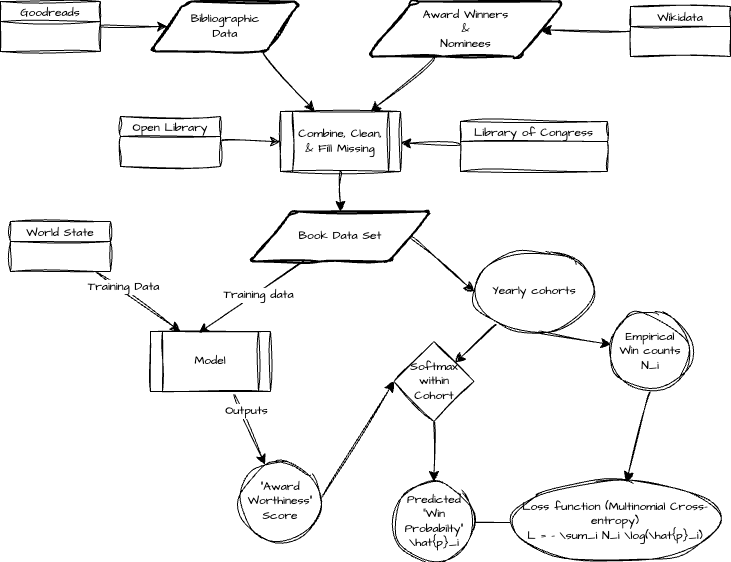
The draw.io diagram DataFlow.png in raineszm/sff-predict, before a commit. Source tidied: cells renumbered, new cells last; positions are measured from the earlier drawing's top-left corner, leaving out a move shared by most shapes.
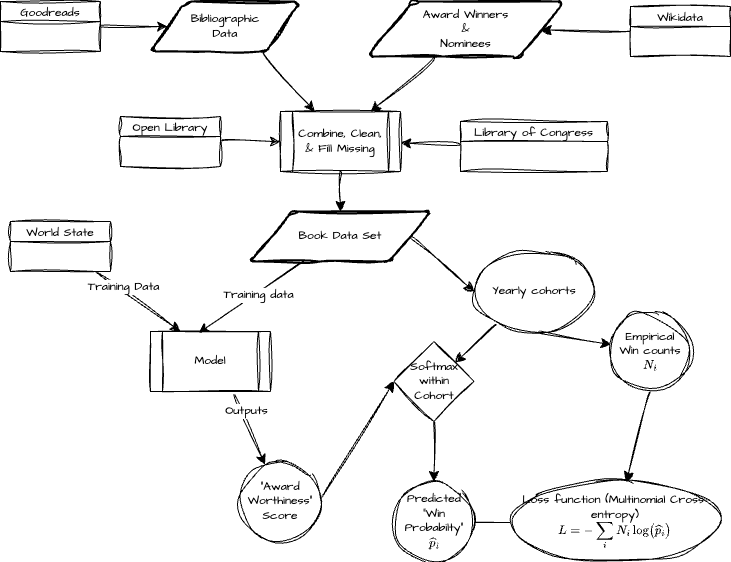
Later version of the same file.

Commit message:
fix math display on flow chart

Change to the diagram source:
```diff
@@ -1,4 +1,4 @@
-<mxGraphModel>
+<mxGraphModel math="1">
   <root>
     <mxCell id="0" />
     <mxCell id="1" parent="0" />
@@ -100,16 +100,16 @@
     <mxCell id="33" style="edgeStyle=none;curved=1;rounded=0;sketch=1;hachureGap=4;jiggle=2;curveFitting=1;jettySize=auto;html=1;exitX=0;exitY=0.5;exitDx=0;exitDy=0;entryX=1;entryY=0.5;entryDx=0;entryDy=0;fontFamily=Architects Daughter;fontSource=https%3A%2F%2Ffonts.googleapis.com%2Fcss%3Ffamily%3DArchitects%2BDaughter;fontSize=12;startSize=8;endSize=8;" parent="1" edge="1" source="34" target="35">
       <mxGeometry relative="1" as="geometry" />
     </mxCell>
-    <mxCell id="34" value="Predicted &quot;Win Probabilty&quot;&lt;div&gt;\hat{p}_i&lt;/div&gt;" style="ellipse;whiteSpace=wrap;html=1;sketch=1;hachureGap=4;jiggle=2;curveFitting=1;fontFamily=Architects Daughter;fontSource=https%3A%2F%2Ffonts.googleapis.com%2Fcss%3Ffamily%3DArchitects%2BDaughter;" parent="1" vertex="1">
+    <mxCell id="34" value="Predicted &quot;Win Probabilty&quot;&lt;div&gt;`\hat{p}_i`&lt;/div&gt;" style="ellipse;whiteSpace=wrap;html=1;sketch=1;hachureGap=4;jiggle=2;curveFitting=1;fontFamily=Architects Daughter;fontSource=https%3A%2F%2Ffonts.googleapis.com%2Fcss%3Ffamily%3DArchitects%2BDaughter;" parent="1" vertex="1">
       <mxGeometry x="393.5" y="480" width="80" height="80" as="geometry" />
     </mxCell>
-    <mxCell id="35" value="Loss function (Multinomial Cross-entropy)&lt;div&gt;L = - \sum_i N_i \log(\hat{p}_i)&lt;/div&gt;" style="ellipse;whiteSpace=wrap;html=1;sketch=1;hachureGap=4;jiggle=2;curveFitting=1;fontFamily=Architects Daughter;fontSource=https%3A%2F%2Ffonts.googleapis.com%2Fcss%3Ffamily%3DArchitects%2BDaughter;" parent="1" vertex="1">
+    <mxCell id="35" value="Loss function (Multinomial Cross-entropy)&lt;div&gt;`L = - \sum_i N_i \log(\hat{p}_i)`&lt;/div&gt;" style="ellipse;whiteSpace=wrap;html=1;sketch=1;hachureGap=4;jiggle=2;curveFitting=1;fontFamily=Architects Daughter;fontSource=https%3A%2F%2Ffonts.googleapis.com%2Fcss%3Ffamily%3DArchitects%2BDaughter;" parent="1" vertex="1">
       <mxGeometry x="510" y="480" width="210" height="80" as="geometry" />
     </mxCell>
     <mxCell id="36" style="edgeStyle=none;curved=1;rounded=0;sketch=1;hachureGap=4;jiggle=2;curveFitting=1;jettySize=auto;html=1;exitX=0.5;exitY=1;exitDx=0;exitDy=0;fontFamily=Architects Daughter;fontSource=https%3A%2F%2Ffonts.googleapis.com%2Fcss%3Ffamily%3DArchitects%2BDaughter;fontSize=12;startSize=8;endSize=8;" parent="1" edge="1" source="37" target="35">
       <mxGeometry relative="1" as="geometry" />
     </mxCell>
-    <mxCell id="37" value="Empirical&lt;div&gt;Win counts&lt;/div&gt;&lt;div&gt;N_i&lt;/div&gt;" style="ellipse;whiteSpace=wrap;html=1;sketch=1;hachureGap=4;jiggle=2;curveFitting=1;fontFamily=Architects Daughter;fontSource=https%3A%2F%2Ffonts.googleapis.com%2Fcss%3Ffamily%3DArchitects%2BDaughter;" parent="1" vertex="1">
+    <mxCell id="37" value="Empirical&lt;div&gt;Win counts&lt;/div&gt;&lt;div&gt;`N_i`&lt;/div&gt;" style="ellipse;whiteSpace=wrap;html=1;sketch=1;hachureGap=4;jiggle=2;curveFitting=1;fontFamily=Architects Daughter;fontSource=https%3A%2F%2Ffonts.googleapis.com%2Fcss%3Ffamily%3DArchitects%2BDaughter;" parent="1" vertex="1">
       <mxGeometry x="610" y="310" width="80" height="80" as="geometry" />
     </mxCell>
   </root>
```
